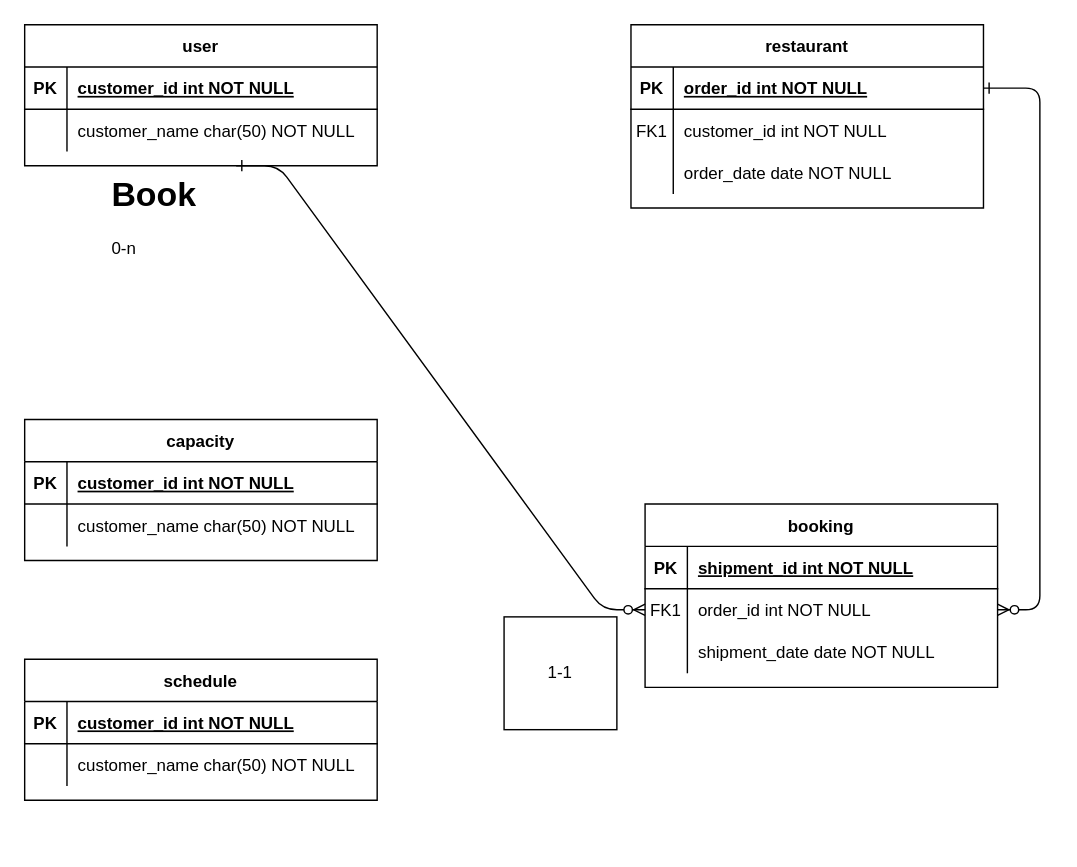
Earlier version of the draw.io diagram public/Diagramme sans nom.drawio (alexandre-aloesode/silver-micro). Source tidied: cells renumbered, new cells numbered last; positions are measured from the earlier drawing's top-left corner, leaving out a move shared by most shapes. Both pictures are drawn from the tidied source at 141%, with x=0, y=0 at pixel (24, 24).
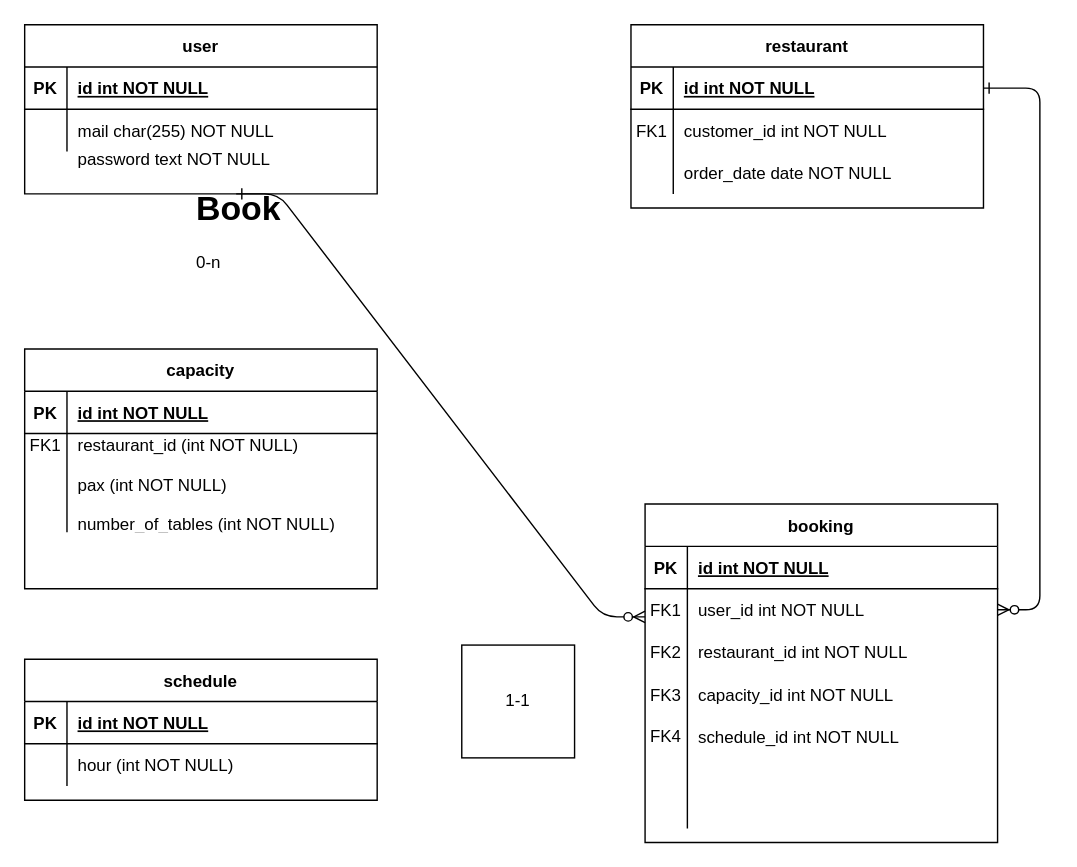
The same diagram, later.

Commit message:
Mettre à jour Diagramme sans nom.drawio

Unchanged cells that the change refers to:
```xml
<mxCell id="5" style="shape=partialRectangle;fillColor=none;points=[[0,0.5],[1,0.5]];portConstraint=eastwest;top=0;left=0;right=0;bottom=1;" parent="4" vertex="1">
  <mxGeometry y="30" width="250" height="30" as="geometry" />
</mxCell>
<mxCell id="15" style="shape=partialRectangle;fillColor=none;top=0;left=0;right=0;bottom=1;" parent="14" vertex="1">
  <mxGeometry y="30" width="250" height="30" as="geometry" />
</mxCell>
<mxCell id="18" style="shape=partialRectangle;fillColor=none;points=[[0,0.5],[1,0.5]];portConstraint=eastwest;top=0;left=0;right=0;bottom=0;" parent="14" vertex="1">
  <mxGeometry y="60" width="250" height="30" as="geometry" />
</mxCell>
<mxCell id="25" style="shape=partialRectangle;fillColor=none;top=0;left=0;right=0;bottom=1;" parent="24" vertex="1">
  <mxGeometry y="30" width="250" height="30" as="geometry" />
</mxCell>
<mxCell id="28" style="shape=partialRectangle;fillColor=none;top=0;left=0;right=0;bottom=0;" parent="24" vertex="1">
  <mxGeometry y="60" width="250" height="30" as="geometry" />
</mxCell>
<mxCell id="34" style="shape=partialRectangle;fillColor=none;top=0;left=0;right=0;bottom=1;" parent="33" vertex="1">
  <mxGeometry y="30" width="250" height="30" as="geometry" />
</mxCell>
<mxCell id="41" style="shape=partialRectangle;fillColor=none;top=0;left=0;right=0;bottom=1;" parent="40" vertex="1">
  <mxGeometry y="30" width="250" height="30" as="geometry" />
</mxCell>
<mxCell id="44" style="shape=partialRectangle;fillColor=none;top=0;left=0;right=0;bottom=0;" parent="40" vertex="1">
  <mxGeometry y="60" width="250" height="30" as="geometry" />
</mxCell>
```

What changed in the source:
```diff
@@
-    <mxCell id="2" style="edgeStyle=entityRelationEdgeStyle;endArrow=ERzeroToMany;startArrow=ERone;endFill=1;startFill=0;entryX=0;entryY=0.5;entryDx=0;entryDy=0;exitX=1;exitY=0;exitDx=0;exitDy=0;" parent="1" edge="1" source="32" target="18">
-      <mxGeometry relative="1" as="geometry" />
+    <mxCell id="2" style="edgeStyle=entityRelationEdgeStyle;endArrow=ERzeroToMany;startArrow=ERone;endFill=1;startFill=0;entryX=0;entryY=0.5;entryDx=0;entryDy=0;" parent="1" edge="1">
+      <mxGeometry relative="1" as="geometry">
+        <mxPoint x="150" y="120" as="sourcePoint" />
+        <mxPoint x="440" y="420" as="targetPoint" />
+        <Array as="points">
+          <mxPoint x="170" y="150" />
+        </Array>
+      </mxGeometry>
     </mxCell>
@@
-    <mxCell id="7" value="order_id int NOT NULL " style="shape=partialRectangle;overflow=hidden;fillColor=none;top=0;left=0;bottom=0;right=0;align=left;spacingLeft=6;fontStyle=5;" parent="5" vertex="1">
+    <mxCell id="7" value="id int NOT NULL " style="shape=partialRectangle;overflow=hidden;fillColor=none;top=0;left=0;bottom=0;right=0;align=left;spacingLeft=6;fontStyle=5;" parent="5" vertex="1">
       <mxGeometry x="30" width="220" height="30" as="geometry" />
     </mxCell>
@@
     <mxCell id="14" value="booking" style="shape=table;startSize=30;childLayout=tableLayout;rowLines=0;fontStyle=1;align=center;" parent="1" vertex="1">
-      <mxGeometry x="440" y="340" width="250" height="130" as="geometry" />
+      <mxGeometry x="440" y="340" width="250" height="240" as="geometry" />
     </mxCell>
@@
-    <mxCell id="17" value="shipment_id int NOT NULL " style="shape=partialRectangle;overflow=hidden;fillColor=none;top=0;left=0;bottom=0;right=0;align=left;spacingLeft=6;fontStyle=5;" parent="15" vertex="1">
+    <mxCell id="17" value="id int NOT NULL " style="shape=partialRectangle;overflow=hidden;fillColor=none;top=0;left=0;bottom=0;right=0;align=left;spacingLeft=6;fontStyle=5;" parent="15" vertex="1">
       <mxGeometry x="30" width="220" height="30" as="geometry" />
     </mxCell>
@@
-    <mxCell id="20" value="order_id int NOT NULL" style="shape=partialRectangle;overflow=hidden;fillColor=none;top=0;left=0;bottom=0;right=0;align=left;spacingLeft=6;" parent="18" vertex="1">
+    <mxCell id="20" value="user_id int NOT NULL" style="shape=partialRectangle;overflow=hidden;fillColor=none;top=0;left=0;bottom=0;right=0;align=left;spacingLeft=6;" parent="18" vertex="1">
       <mxGeometry x="30" width="220" height="30" as="geometry" />
     </mxCell>
     <mxCell id="21" style="shape=partialRectangle;fillColor=none;top=0;left=0;right=0;bottom=0;" parent="14" vertex="1">
-      <mxGeometry y="90" width="250" height="30" as="geometry" />
+      <mxGeometry y="90" width="250" height="140" as="geometry" />
     </mxCell>
     <mxCell id="22" style="shape=partialRectangle;overflow=hidden;fillColor=none;top=0;left=0;bottom=0;right=0;" parent="21" vertex="1">
-      <mxGeometry width="30" height="30" as="geometry" />
+      <mxGeometry width="30" height="140" as="geometry" />
     </mxCell>
-    <mxCell id="23" value="shipment_date date NOT NULL" style="shape=partialRectangle;overflow=hidden;fillColor=none;top=0;left=0;bottom=0;right=0;align=left;spacingLeft=6;" parent="21" vertex="1">
-      <mxGeometry x="30" width="220" height="30" as="geometry" />
+    <mxCell id="23" style="shape=partialRectangle;overflow=hidden;fillColor=none;top=0;left=0;bottom=0;right=0;align=left;spacingLeft=6;" parent="21" vertex="1">
+      <mxGeometry x="30" width="220" height="140" as="geometry" />
     </mxCell>
     <mxCell id="24" value="user" style="shape=table;startSize=30;childLayout=tableLayout;rowLines=0;fontStyle=1;align=center;" parent="1" vertex="1">
-      <mxGeometry width="250" height="100" as="geometry" />
+      <mxGeometry width="250" height="120" as="geometry" />
     </mxCell>
@@
-    <mxCell id="27" value="customer_id int NOT NULL " style="shape=partialRectangle;overflow=hidden;fillColor=none;top=0;left=0;bottom=0;right=0;align=left;spacingLeft=6;fontStyle=5;" parent="25" vertex="1">
+    <mxCell id="27" value="id int NOT NULL " style="shape=partialRectangle;overflow=hidden;fillColor=none;top=0;left=0;bottom=0;right=0;align=left;spacingLeft=6;fontStyle=5;" parent="25" vertex="1">
       <mxGeometry x="30" width="220" height="30" as="geometry" />
     </mxCell>
@@
-    <mxCell id="30" value="customer_name char(50) NOT NULL" style="shape=partialRectangle;overflow=hidden;fillColor=none;top=0;left=0;bottom=0;right=0;align=left;spacingLeft=6;" parent="28" vertex="1">
+    <mxCell id="30" value="mail char(255) NOT NULL" style="shape=partialRectangle;overflow=hidden;fillColor=none;top=0;left=0;bottom=0;right=0;align=left;spacingLeft=6;" parent="28" vertex="1">
       <mxGeometry x="30" width="220" height="30" as="geometry" />
     </mxCell>
     <mxCell id="31" value="1-1" style="whiteSpace=wrap;html=1;" parent="1" vertex="1">
-      <mxGeometry x="340" y="420" width="80" height="80" as="geometry" />
+      <mxGeometry x="310" y="440" width="80" height="80" as="geometry" />
     </mxCell>
     <mxCell id="32" value="&lt;h1 style=&quot;margin-top: 0px;&quot;&gt;Book&lt;/h1&gt;&lt;div&gt;0-n&lt;/div&gt;" style="text;html=1;whiteSpace=wrap;overflow=hidden;rounded=0;" parent="1" vertex="1">
-      <mxGeometry x="60" y="100" width="90" height="70" as="geometry" />
+      <mxGeometry x="120" y="110" width="90" height="70" as="geometry" />
     </mxCell>
     <mxCell id="33" value="capacity" style="shape=table;startSize=30;childLayout=tableLayout;rowLines=0;fontStyle=1;align=center;" parent="1" vertex="1">
-      <mxGeometry y="280" width="250" height="100" as="geometry" />
+      <mxGeometry y="230" width="250" height="170" as="geometry" />
     </mxCell>
@@
-    <mxCell id="36" value="customer_id int NOT NULL " style="shape=partialRectangle;overflow=hidden;fillColor=none;top=0;left=0;bottom=0;right=0;align=left;spacingLeft=6;fontStyle=5;" parent="34" vertex="1">
+    <mxCell id="36" value="id int NOT NULL " style="shape=partialRectangle;overflow=hidden;fillColor=none;top=0;left=0;bottom=0;right=0;align=left;spacingLeft=6;fontStyle=5;" parent="34" vertex="1">
       <mxGeometry x="30" width="220" height="30" as="geometry" />
     </mxCell>
     <mxCell id="37" style="shape=partialRectangle;fillColor=none;top=0;left=0;right=0;bottom=0;" parent="33" vertex="1">
-      <mxGeometry y="60" width="250" height="30" as="geometry" />
+      <mxGeometry y="60" width="250" height="70" as="geometry" />
     </mxCell>
     <mxCell id="38" style="shape=partialRectangle;overflow=hidden;fillColor=none;top=0;left=0;bottom=0;right=0;" parent="37" vertex="1">
-      <mxGeometry width="30" height="30" as="geometry" />
+      <mxGeometry width="30" height="70" as="geometry" />
     </mxCell>
-    <mxCell id="39" value="customer_name char(50) NOT NULL" style="shape=partialRectangle;overflow=hidden;fillColor=none;top=0;left=0;bottom=0;right=0;align=left;spacingLeft=6;" parent="37" vertex="1">
-      <mxGeometry x="30" width="220" height="30" as="geometry" />
+    <mxCell id="39" value="restaurant_id (int NOT NULL)&#10;&#10;pax (int NOT NULL)&#10;&#10;number_of_tables (int NOT NULL)&#10;" style="shape=partialRectangle;overflow=hidden;fillColor=none;top=0;left=0;bottom=0;right=0;align=left;spacingLeft=6;" parent="37" vertex="1">
+      <mxGeometry x="30" width="220" height="70" as="geometry" />
     </mxCell>
@@
-    <mxCell id="43" value="customer_id int NOT NULL " style="shape=partialRectangle;overflow=hidden;fillColor=none;top=0;left=0;bottom=0;right=0;align=left;spacingLeft=6;fontStyle=5;" parent="41" vertex="1">
+    <mxCell id="43" value="id int NOT NULL " style="shape=partialRectangle;overflow=hidden;fillColor=none;top=0;left=0;bottom=0;right=0;align=left;spacingLeft=6;fontStyle=5;" parent="41" vertex="1">
       <mxGeometry x="30" width="220" height="30" as="geometry" />
     </mxCell>
@@
-    <mxCell id="46" value="customer_name char(50) NOT NULL" style="shape=partialRectangle;overflow=hidden;fillColor=none;top=0;left=0;bottom=0;right=0;align=left;spacingLeft=6;" parent="44" vertex="1">
+    <mxCell id="46" value="hour (int NOT NULL)" style="shape=partialRectangle;overflow=hidden;fillColor=none;top=0;left=0;bottom=0;right=0;align=left;spacingLeft=6;" parent="44" vertex="1">
       <mxGeometry x="30" width="220" height="30" as="geometry" />
     </mxCell>
+    <mxCell id="47" value="restaurant_id int NOT NULL" style="shape=partialRectangle;overflow=hidden;fillColor=none;top=0;left=0;bottom=0;right=0;align=left;spacingLeft=6;" parent="1" vertex="1">
+      <mxGeometry x="470" y="430" width="220" height="30" as="geometry" />
+    </mxCell>
+    <mxCell id="48" value="FK2" style="shape=partialRectangle;overflow=hidden;fillColor=none;top=0;left=0;bottom=0;right=0;" parent="1" vertex="1">
+      <mxGeometry x="440" y="430" width="30" height="30" as="geometry" />
+    </mxCell>
+    <mxCell id="49" value="FK3" style="shape=partialRectangle;overflow=hidden;fillColor=none;top=0;left=0;bottom=0;right=0;" parent="1" vertex="1">
+      <mxGeometry x="440" y="460" width="30" height="30" as="geometry" />
+    </mxCell>
+    <mxCell id="50" value="capacity_id int NOT NULL" style="shape=partialRectangle;overflow=hidden;fillColor=none;top=0;left=0;bottom=0;right=0;align=left;spacingLeft=6;" parent="1" vertex="1">
+      <mxGeometry x="470" y="460" width="220" height="30" as="geometry" />
+    </mxCell>
+    <mxCell id="51" value="schedule_id int NOT NULL" style="shape=partialRectangle;overflow=hidden;fillColor=none;top=0;left=0;bottom=0;right=0;align=left;spacingLeft=6;" parent="1" vertex="1">
+      <mxGeometry x="470" y="490" width="220" height="30" as="geometry" />
+    </mxCell>
+    <mxCell id="52" value="FK4" style="shape=partialRectangle;overflow=hidden;fillColor=none;top=0;left=0;bottom=0;right=0;" parent="1" vertex="1">
+      <mxGeometry x="440" y="489" width="30" height="30" as="geometry" />
+    </mxCell>
+    <mxCell id="53" value="password text NOT NULL" style="shape=partialRectangle;overflow=hidden;fillColor=none;top=0;left=0;bottom=0;right=0;align=left;spacingLeft=6;" parent="1" vertex="1">
+      <mxGeometry x="30" y="80" width="220" height="30" as="geometry" />
+    </mxCell>
+    <mxCell id="54" value="FK1" style="shape=partialRectangle;overflow=hidden;fillColor=none;top=0;left=0;bottom=0;right=0;" parent="1" vertex="1">
+      <mxGeometry y="283" width="30" height="30" as="geometry" />
+    </mxCell>
```
